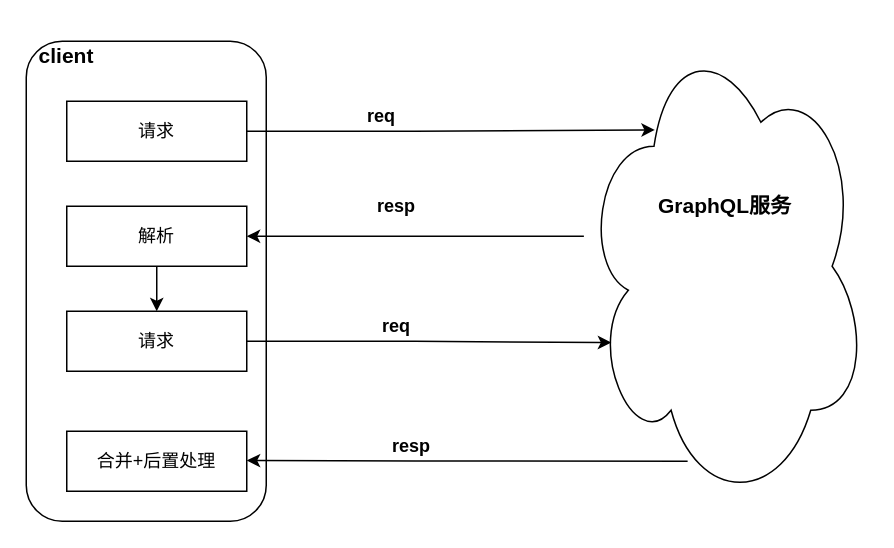
dugenkui03/anim-ontology-matching keeps this draw.io diagram as Untitled Diagram.drawio. Above is the earlier version. Source tidied: cells renumbered, new cells numbered last; positions are measured from the earlier drawing's top-left corner, leaving out a move shared by most shapes. Both pictures are drawn from the tidied source at 150%, with x=0, y=0 at pixel (26, 26).
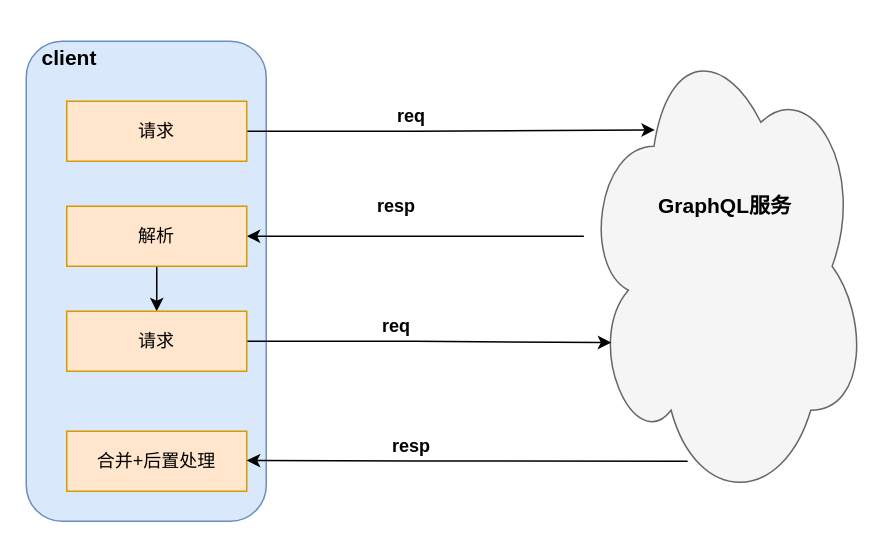
After the change.

Commit message:
graphql-原始调用

What changed in the source:
```diff
@@
-    <mxCell id="2" style="rounded=1;whiteSpace=wrap;html=1;" parent="1" vertex="1">
+    <mxCell id="2" style="rounded=1;whiteSpace=wrap;html=1;fillColor=#dae8fc;strokeColor=#6c8ebf;" parent="1" vertex="1">
       <mxGeometry y="10" width="160" height="320" as="geometry" />
     </mxCell>
     <mxCell id="3" value="&lt;b&gt;req&lt;/b&gt;" style="text;html=1;strokeColor=none;fillColor=none;align=center;verticalAlign=middle;whiteSpace=wrap;rounded=0;" parent="1" vertex="1">
-      <mxGeometry x="217" y="50" width="40" height="20" as="geometry" />
+      <mxGeometry x="237" y="50" width="40" height="20" as="geometry" />
     </mxCell>
-    <mxCell id="4" style="edgeStyle=orthogonalEdgeStyle;rounded=0;jettySize=auto;html=1;entryX=1;entryY=0.5;entryDx=0;entryDy=0;" parent="1" edge="1" source="5" target="11">
+    <mxCell id="4" style="edgeStyle=orthogonalEdgeStyle;rounded=1;jettySize=auto;html=1;entryX=1;entryY=0.5;entryDx=0;entryDy=0;" parent="1" edge="1" source="5" target="11">
       <mxGeometry relative="1" as="geometry">
         <Array as="points">
           <mxPoint x="317" y="140" />
           <mxPoint x="317" y="140" />
         </Array>
       </mxGeometry>
     </mxCell>
-    <mxCell id="5" style="ellipse;shape=cloud;whiteSpace=wrap;html=1;" parent="1" vertex="1">
+    <mxCell id="5" style="ellipse;shape=cloud;whiteSpace=wrap;html=1;fillColor=#f5f5f5;strokeColor=#666666;fontColor=#333333;" parent="1" vertex="1">
       <mxGeometry x="371" width="190" height="320" as="geometry" />
     </mxCell>
@@
-    <mxCell id="9" value="请求" style="rounded=0;whiteSpace=wrap;html=1;" parent="1" vertex="1">
+    <mxCell id="9" value="请求" style="rounded=0;whiteSpace=wrap;html=1;fillColor=#ffe6cc;strokeColor=#d79b00;" parent="1" vertex="1">
       <mxGeometry x="27" y="50" width="120" height="40" as="geometry" />
     </mxCell>
@@
-    <mxCell id="11" value="解析" style="rounded=0;whiteSpace=wrap;html=1;" parent="1" vertex="1">
+    <mxCell id="11" value="解析" style="rounded=0;whiteSpace=wrap;html=1;fillColor=#ffe6cc;strokeColor=#d79b00;" parent="1" vertex="1">
       <mxGeometry x="27" y="120" width="120" height="40" as="geometry" />
     </mxCell>
@@
-    <mxCell id="13" value="请求" style="rounded=0;whiteSpace=wrap;html=1;" parent="1" vertex="1">
+    <mxCell id="13" value="请求" style="rounded=0;whiteSpace=wrap;html=1;fillColor=#ffe6cc;strokeColor=#d79b00;" parent="1" vertex="1">
       <mxGeometry x="27" y="190" width="120" height="40" as="geometry" />
     </mxCell>
-    <mxCell id="14" value="合并+后置处理" style="rounded=0;whiteSpace=wrap;html=1;" parent="1" vertex="1">
+    <mxCell id="14" value="合并+后置处理" style="rounded=0;whiteSpace=wrap;html=1;fillColor=#ffe6cc;strokeColor=#d79b00;" parent="1" vertex="1">
       <mxGeometry x="27" y="270" width="120" height="40" as="geometry" />
     </mxCell>
@@
     <mxCell id="18" value="&lt;b&gt;&lt;font style=&quot;font-size: 14px&quot;&gt;client&lt;/font&gt;&lt;/b&gt;" style="text;html=1;strokeColor=none;fillColor=none;align=center;verticalAlign=middle;whiteSpace=wrap;rounded=0;" parent="1" vertex="1">
-      <mxGeometry x="7" y="10" width="40" height="20" as="geometry" />
+      <mxGeometry x="9" y="11" width="40" height="20" as="geometry" />
     </mxCell>
```
